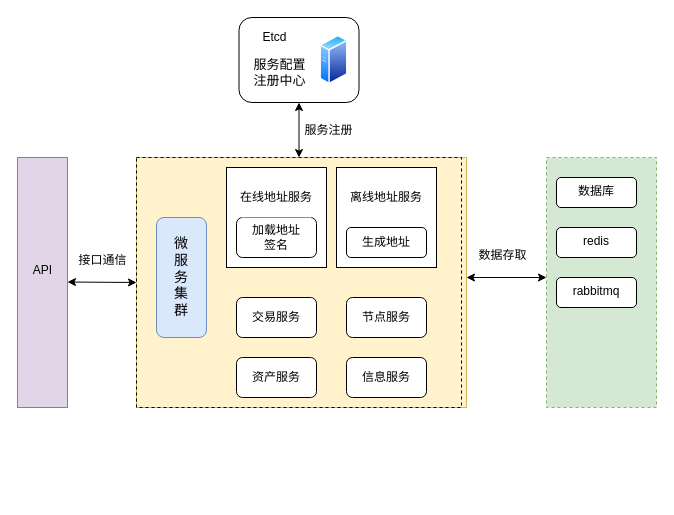
jirasun/sun keeps this draw.io diagram as tech.drawio. Above is the earlier version. Source tidied: cells renumbered, new cells numbered last; positions are measured from the earlier drawing's top-left corner, leaving out a move shared by most shapes. Both pictures are drawn from the tidied source at 100%, with x=0, y=0 at pixel (17, 17).
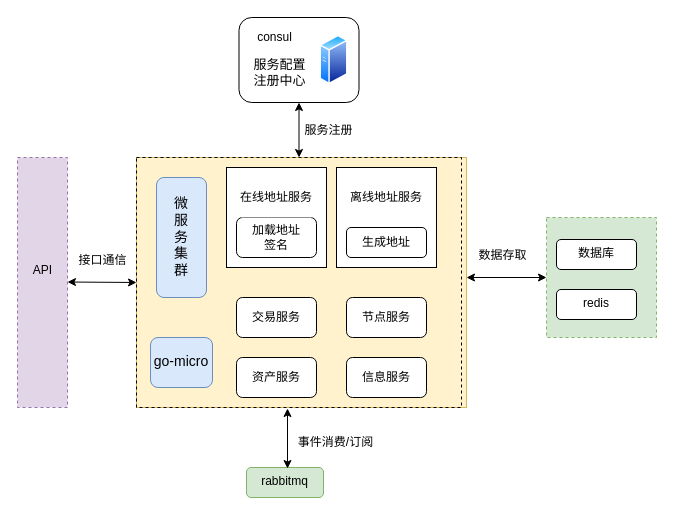
The same page after the edit.

Unchanged cells that the change refers to:
```xml
<mxCell id="16" style="rounded=0;whiteSpace=wrap;html=1;align=center;verticalAlign=top;fontFamily=Helvetica;fontSize=12;fontColor=default;fillColor=none;gradientColor=none;dashed=1;" parent="2" vertex="1">
  <mxGeometry width="325" height="250" as="geometry" />
</mxCell>
<mxCell id="20" style="rounded=1;whiteSpace=wrap;html=1;align=center;verticalAlign=top;fontFamily=Helvetica;fontSize=12;fontColor=default;fillColor=none;gradientColor=none;" parent="18" vertex="1">
  <mxGeometry width="120" height="85" as="geometry" />
</mxCell>
```

The edit, as a diff of the source:
```diff
@@
+    <mxCell id="36" style="group;" parent="1" vertex="1">
+      <mxGeometry width="639" height="480" as="geometry" />
+    </mxCell>
-    <mxCell id="2" style="group;fillColor=#fff2cc;strokeColor=#d6b656;" parent="1" vertex="1">
+    <mxCell id="2" style="group;fillColor=#fff2cc;strokeColor=#d6b656;" parent="36" vertex="1">
       <mxGeometry x="119" y="140" width="330" height="250" as="geometry" />
     </mxCell>
@@
     <mxCell id="17" value="微&lt;div&gt;服&lt;/div&gt;&lt;div&gt;务&lt;/div&gt;&lt;div&gt;集&lt;/div&gt;&lt;div&gt;群&lt;/div&gt;" style="rounded=1;whiteSpace=wrap;html=1;align=center;verticalAlign=top;fontFamily=Helvetica;fontSize=14;fillColor=#dae8fc;spacingTop=11;strokeColor=#6c8ebf;" parent="2" vertex="1">
-      <mxGeometry x="20" y="60" width="50" height="120" as="geometry" />
+      <mxGeometry x="20" y="20" width="50" height="120" as="geometry" />
     </mxCell>
+    <mxCell id="37" value="go-micro" style="rounded=1;whiteSpace=wrap;html=1;align=center;verticalAlign=top;fontFamily=Helvetica;fontSize=14;fillColor=#dae8fc;spacingTop=9;strokeColor=#6c8ebf;" parent="2" vertex="1">
+      <mxGeometry x="14" y="180" width="62" height="50" as="geometry" />
+    </mxCell>
-    <mxCell id="18" style="group;" parent="1" vertex="1">
+    <mxCell id="18" style="group;" parent="36" vertex="1">
       <mxGeometry x="221.5" width="120" height="85" as="geometry" />
     </mxCell>
@@
-    <mxCell id="22" value="Etcd" style="text;html=1;align=center;verticalAlign=middle;strokeColor=none;fillColor=none;fontFamily=Helvetica;fontSize=12;fontColor=default;" parent="18" vertex="1">
-      <mxGeometry x="10" y="5" width="50" height="30" as="geometry" />
+    <mxCell id="22" value="consul" style="text;html=1;align=center;verticalAlign=middle;strokeColor=none;fillColor=none;fontFamily=Helvetica;fontSize=12;fontColor=default;" parent="18" vertex="1">
+      <mxGeometry x="5" y="5" width="60" height="30" as="geometry" />
     </mxCell>
-    <mxCell id="23" style="group;" parent="1" vertex="1">
-      <mxGeometry x="529" y="140" width="110" height="250" as="geometry" />
-    </mxCell>
-    <mxCell id="24" style="rounded=0;whiteSpace=wrap;html=1;align=center;verticalAlign=top;fontFamily=Helvetica;fontSize=12;fillColor=#d5e8d4;dashed=1;strokeColor=#82b366;" parent="23" vertex="1">
-      <mxGeometry width="110" height="250" as="geometry" />
-    </mxCell>
-    <mxCell id="25" value="redis&lt;div&gt;&lt;br&gt;&lt;/div&gt;" style="rounded=1;whiteSpace=wrap;html=1;align=center;verticalAlign=top;fontFamily=Helvetica;fontSize=12;fontColor=default;fillColor=default;gradientColor=none;" parent="23" vertex="1">
-      <mxGeometry x="10" y="70" width="80" height="30" as="geometry" />
-    </mxCell>
-    <mxCell id="26" value="数据库" style="rounded=1;whiteSpace=wrap;html=1;align=center;verticalAlign=top;fontFamily=Helvetica;fontSize=12;fontColor=default;fillColor=default;gradientColor=none;" parent="23" vertex="1">
-      <mxGeometry x="10" y="20" width="80" height="30" as="geometry" />
-    </mxCell>
-    <mxCell id="27" value="&lt;div&gt;rabbitmq&lt;/div&gt;" style="rounded=1;whiteSpace=wrap;html=1;align=center;verticalAlign=top;fontFamily=Helvetica;fontSize=12;fontColor=default;fillColor=default;gradientColor=none;" parent="23" vertex="1">
-      <mxGeometry x="10" y="120" width="80" height="30" as="geometry" />
-    </mxCell>
-    <mxCell id="28" style="endArrow=classic;startArrow=classic;html=1;rounded=0;fontFamily=Helvetica;fontSize=12;fontColor=default;" parent="1" edge="1">
+    <mxCell id="28" style="endArrow=classic;startArrow=classic;html=1;rounded=0;fontFamily=Helvetica;fontSize=12;fontColor=default;" parent="36" edge="1">
       <mxGeometry relative="1" as="geometry">
         <mxPoint x="449" y="260" as="sourcePoint" />
         <mxPoint x="529" y="260" as="targetPoint" />
       </mxGeometry>
     </mxCell>
-    <mxCell id="29" style="endArrow=classic;startArrow=classic;html=1;rounded=0;fontFamily=Helvetica;fontSize=12;fontColor=default;entryX=0.5;entryY=1;entryDx=0;entryDy=0;exitX=0.5;exitY=0;exitDx=0;exitDy=0;" parent="1" edge="1" source="16" target="20">
+    <mxCell id="29" style="endArrow=classic;startArrow=classic;html=1;rounded=0;fontFamily=Helvetica;fontSize=12;fontColor=default;entryX=0.5;entryY=1;entryDx=0;entryDy=0;exitX=0.5;exitY=0;exitDx=0;exitDy=0;" parent="36" edge="1" source="16" target="20">
       <mxGeometry relative="1" as="geometry" />
     </mxCell>
-    <mxCell id="30" value="服务注册" style="text;html=1;align=center;verticalAlign=middle;strokeColor=none;fillColor=none;fontFamily=Helvetica;fontSize=12;fontColor=default;" parent="1" vertex="1">
+    <mxCell id="30" value="服务注册" style="text;html=1;align=center;verticalAlign=middle;strokeColor=none;fillColor=none;fontFamily=Helvetica;fontSize=12;fontColor=default;" parent="36" vertex="1">
       <mxGeometry x="276" y="98" width="70" height="30" as="geometry" />
     </mxCell>
-    <mxCell id="31" value="数据存取" style="text;html=1;align=center;verticalAlign=middle;strokeColor=none;fillColor=none;fontFamily=Helvetica;fontSize=12;fontColor=default;" parent="1" vertex="1">
+    <mxCell id="31" value="数据存取" style="text;html=1;align=center;verticalAlign=middle;strokeColor=none;fillColor=none;fontFamily=Helvetica;fontSize=12;fontColor=default;" parent="36" vertex="1">
       <mxGeometry x="450" y="223" width="70" height="30" as="geometry" />
     </mxCell>
-    <mxCell id="32" style="rounded=0;whiteSpace=wrap;html=1;align=center;verticalAlign=top;fontFamily=Helvetica;fontSize=12;fillColor=#e1d5e7;strokeColor=#9673a6;" parent="1" vertex="1">
+    <mxCell id="32" style="rounded=0;whiteSpace=wrap;html=1;align=center;verticalAlign=top;fontFamily=Helvetica;fontSize=12;fillColor=#e1d5e7;strokeColor=#9673a6;dashed=1;" parent="36" vertex="1">
       <mxGeometry y="140" width="50" height="250" as="geometry" />
     </mxCell>
-    <mxCell id="33" value="API" style="text;html=1;align=center;verticalAlign=middle;strokeColor=none;fillColor=none;fontFamily=Helvetica;fontSize=12;fontColor=default;" parent="1" vertex="1">
+    <mxCell id="33" value="API" style="text;html=1;align=center;verticalAlign=middle;strokeColor=none;fillColor=none;fontFamily=Helvetica;fontSize=12;fontColor=default;" parent="36" vertex="1">
       <mxGeometry x="5" y="238" width="40" height="30" as="geometry" />
     </mxCell>
-    <mxCell id="34" style="endArrow=classic;startArrow=classic;html=1;rounded=0;fontFamily=Helvetica;fontSize=12;fontColor=default;entryX=0;entryY=0.5;entryDx=0;entryDy=0;" parent="1" edge="1" target="16">
+    <mxCell id="34" style="endArrow=classic;startArrow=classic;html=1;rounded=0;fontFamily=Helvetica;fontSize=12;fontColor=default;entryX=0;entryY=0.5;entryDx=0;entryDy=0;" parent="36" edge="1" target="16">
       <mxGeometry relative="1" as="geometry">
         <mxPoint x="50" y="264.5" as="sourcePoint" />
       </mxGeometry>
     </mxCell>
-    <mxCell id="35" value="接口通信" style="text;html=1;align=center;verticalAlign=middle;strokeColor=none;fillColor=none;fontFamily=Helvetica;fontSize=12;fontColor=default;" parent="1" vertex="1">
+    <mxCell id="35" value="接口通信" style="text;html=1;align=center;verticalAlign=middle;strokeColor=none;fillColor=none;fontFamily=Helvetica;fontSize=12;fontColor=default;" parent="36" vertex="1">
       <mxGeometry x="50" y="228" width="70" height="30" as="geometry" />
     </mxCell>
+    <mxCell id="27" value="&lt;div&gt;rabbitmq&lt;/div&gt;" style="rounded=1;whiteSpace=wrap;html=1;align=center;verticalAlign=top;fontFamily=Helvetica;fontSize=12;fillColor=#d5e8d4;strokeColor=#82b366;" parent="36" vertex="1">
+      <mxGeometry x="229" y="450" width="77" height="30" as="geometry" />
+    </mxCell>
+    <mxCell id="38" style="group;" parent="36" vertex="1">
+      <mxGeometry x="529" y="200" width="110" height="120" as="geometry" />
+    </mxCell>
+    <mxCell id="24" style="rounded=0;whiteSpace=wrap;html=1;align=center;verticalAlign=top;fontFamily=Helvetica;fontSize=12;fillColor=#d5e8d4;dashed=1;strokeColor=#82b366;" parent="38" vertex="1">
+      <mxGeometry width="110" height="120" as="geometry" />
+    </mxCell>
+    <mxCell id="25" value="redis&lt;div&gt;&lt;br&gt;&lt;/div&gt;" style="rounded=1;whiteSpace=wrap;html=1;align=center;verticalAlign=top;fontFamily=Helvetica;fontSize=12;fontColor=default;fillColor=default;gradientColor=none;" parent="38" vertex="1">
+      <mxGeometry x="10" y="72" width="80" height="30" as="geometry" />
+    </mxCell>
+    <mxCell id="26" value="数据库" style="rounded=1;whiteSpace=wrap;html=1;align=center;verticalAlign=top;fontFamily=Helvetica;fontSize=12;fontColor=default;fillColor=default;gradientColor=none;" parent="38" vertex="1">
+      <mxGeometry x="10" y="22" width="80" height="30" as="geometry" />
+    </mxCell>
+    <mxCell id="39" value="事件消费/订阅" style="text;html=1;align=center;verticalAlign=middle;strokeColor=none;fillColor=none;" parent="36" vertex="1">
+      <mxGeometry x="268" y="410" width="100" height="30" as="geometry" />
+    </mxCell>
+    <mxCell id="40" style="endArrow=classic;startArrow=classic;html=1;rounded=0;" parent="36" edge="1">
+      <mxGeometry relative="1" as="geometry">
+        <mxPoint x="270" y="451" as="sourcePoint" />
+        <mxPoint x="270" y="391" as="targetPoint" />
+      </mxGeometry>
+    </mxCell>
```
